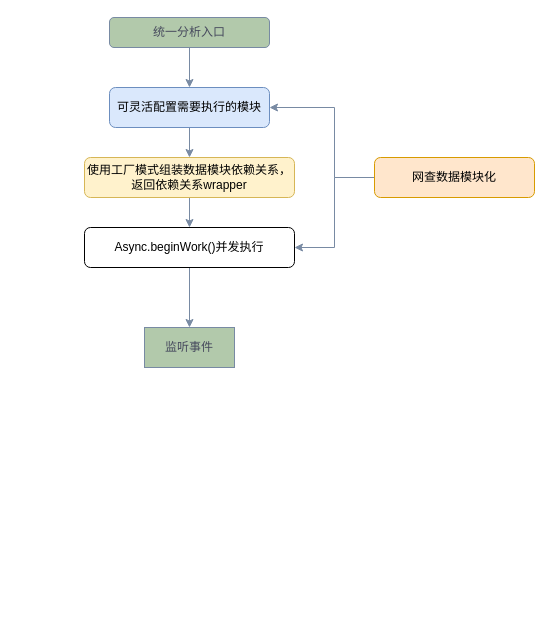
This is page "Page-1" (1 of 4) of 2023职级晋升.drawio from zhangjiankun9494/demo, a draw.io file, before an edit. Source tidied: cells renumbered, new cells numbered last; positions are measured from the earlier drawing's top-left corner, leaving out a move shared by most shapes. Both pictures are drawn from the tidied source at 100%, with x=0, y=0 at pixel (84, 17).
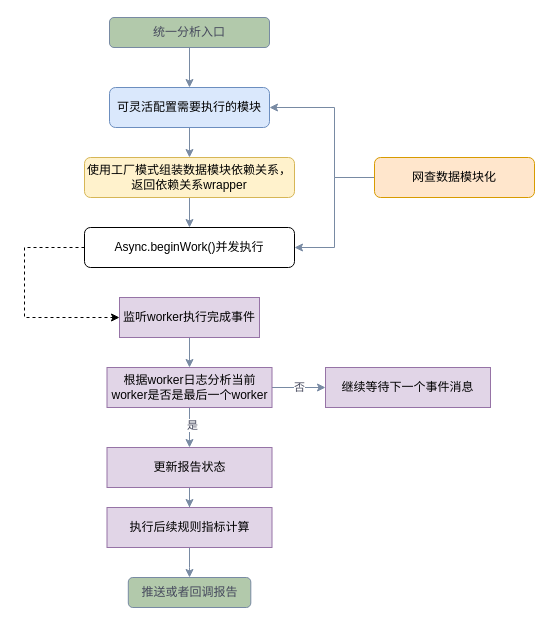
Above is the later version.

Commit message:
更新2023职级晋升.drawio

The change refers to these unchanged cells:
```xml
<mxCell id="12" value="Async.beginWork()并发执行" style="rounded=1;whiteSpace=wrap;html=1;" parent="1" vertex="1">
  <mxGeometry y="210" width="210" height="40" as="geometry" />
</mxCell>
```

The edit, as a diff of the source:
```diff
@@
-    <mxCell id="11" style="edgeStyle=orthogonalEdgeStyle;rounded=0;jettySize=auto;html=1;entryX=0.5;entryY=0;entryDx=0;entryDy=0;strokeColor=#788AA3;fontColor=#46495D;fillColor=#B2C9AB;" parent="1" edge="1" source="12" target="13">
-      <mxGeometry relative="1" as="geometry" />
+    <mxCell id="11" style="edgeStyle=orthogonalEdgeStyle;rounded=0;jettySize=auto;html=1;entryX=0;entryY=0.5;entryDx=0;entryDy=0;strokeColor=default;fontColor=#46495D;fillColor=#B2C9AB;dashed=1;" parent="1" edge="1" source="12" target="13">
+      <mxGeometry relative="1" as="geometry">
+        <Array as="points">
+          <mxPoint x="-60" y="230" />
+          <mxPoint x="-60" y="300" />
+        </Array>
+      </mxGeometry>
     </mxCell>
@@
+    <mxCell id="14" style="edgeStyle=orthogonalEdgeStyle;rounded=0;jettySize=auto;html=1;strokeColor=#788AA3;fontColor=#46495D;fillColor=#B2C9AB;" parent="1" edge="1" source="13" target="18">
+      <mxGeometry relative="1" as="geometry" />
+    </mxCell>
-    <mxCell id="13" value="监听事件" style="rounded=0;whiteSpace=wrap;html=1;strokeColor=#788AA3;fontColor=#46495D;fillColor=#B2C9AB;" parent="1" vertex="1">
-      <mxGeometry x="60" y="310" width="90" height="40" as="geometry" />
+    <mxCell id="13" value="监听worker执行完成事件" style="rounded=0;whiteSpace=wrap;html=1;strokeColor=#9673a6;fillColor=#e1d5e7;" parent="1" vertex="1">
+      <mxGeometry x="35" y="280" width="140" height="40" as="geometry" />
     </mxCell>
+    <mxCell id="15" style="edgeStyle=orthogonalEdgeStyle;rounded=0;jettySize=auto;html=1;entryX=0.5;entryY=0;entryDx=0;entryDy=0;strokeColor=#788AA3;fontColor=#46495D;fillColor=#B2C9AB;" parent="1" edge="1" source="18" target="20">
+      <mxGeometry relative="1" as="geometry" />
+    </mxCell>
+    <mxCell id="16" value="是" style="edgeLabel;html=1;align=center;verticalAlign=middle;fontColor=#46495D;" parent="15" vertex="1">
+      <mxGeometry x="-0.15" y="2" relative="1" as="geometry" />
+    </mxCell>
+    <mxCell id="17" value="否" style="edgeStyle=orthogonalEdgeStyle;rounded=0;jettySize=auto;html=1;exitX=1;exitY=0.5;exitDx=0;exitDy=0;entryX=0;entryY=0.5;entryDx=0;entryDy=0;strokeColor=#788AA3;fontColor=#46495D;fillColor=#B2C9AB;" parent="1" edge="1" source="18" target="21">
+      <mxGeometry relative="1" as="geometry" />
+    </mxCell>
+    <mxCell id="18" value="根据worker日志分析当前worker是否是最后一个worker" style="rounded=0;whiteSpace=wrap;html=1;strokeColor=#9673a6;fillColor=#e1d5e7;" parent="1" vertex="1">
+      <mxGeometry x="22.5" y="350" width="165" height="40" as="geometry" />
+    </mxCell>
+    <mxCell id="19" style="edgeStyle=orthogonalEdgeStyle;rounded=0;jettySize=auto;html=1;entryX=0.5;entryY=0;entryDx=0;entryDy=0;strokeColor=#788AA3;fontColor=#46495D;fillColor=#B2C9AB;" parent="1" edge="1" source="20" target="23">
+      <mxGeometry relative="1" as="geometry" />
+    </mxCell>
+    <mxCell id="20" value="更新报告状态" style="rounded=0;whiteSpace=wrap;html=1;strokeColor=#9673a6;fillColor=#e1d5e7;" parent="1" vertex="1">
+      <mxGeometry x="22.5" y="430" width="165" height="40" as="geometry" />
+    </mxCell>
+    <mxCell id="21" value="继续等待下一个事件消息" style="rounded=0;whiteSpace=wrap;html=1;strokeColor=#9673a6;fillColor=#e1d5e7;" parent="1" vertex="1">
+      <mxGeometry x="241" y="350" width="165" height="40" as="geometry" />
+    </mxCell>
+    <mxCell id="22" style="edgeStyle=orthogonalEdgeStyle;rounded=0;jettySize=auto;html=1;entryX=0.5;entryY=0;entryDx=0;entryDy=0;strokeColor=#788AA3;fontColor=#46495D;fillColor=#B2C9AB;" parent="1" edge="1" source="23" target="24">
+      <mxGeometry relative="1" as="geometry" />
+    </mxCell>
+    <mxCell id="23" value="执行后续规则指标计算" style="rounded=0;whiteSpace=wrap;html=1;strokeColor=#9673a6;fillColor=#e1d5e7;" parent="1" vertex="1">
+      <mxGeometry x="22.5" y="490" width="165" height="40" as="geometry" />
+    </mxCell>
+    <mxCell id="24" value="推送或者回调报告" style="rounded=1;whiteSpace=wrap;html=1;strokeColor=#788AA3;fontColor=#46495D;fillColor=#B2C9AB;" parent="1" vertex="1">
+      <mxGeometry x="43.8" y="560" width="122.5" height="30" as="geometry" />
+    </mxCell>
```
